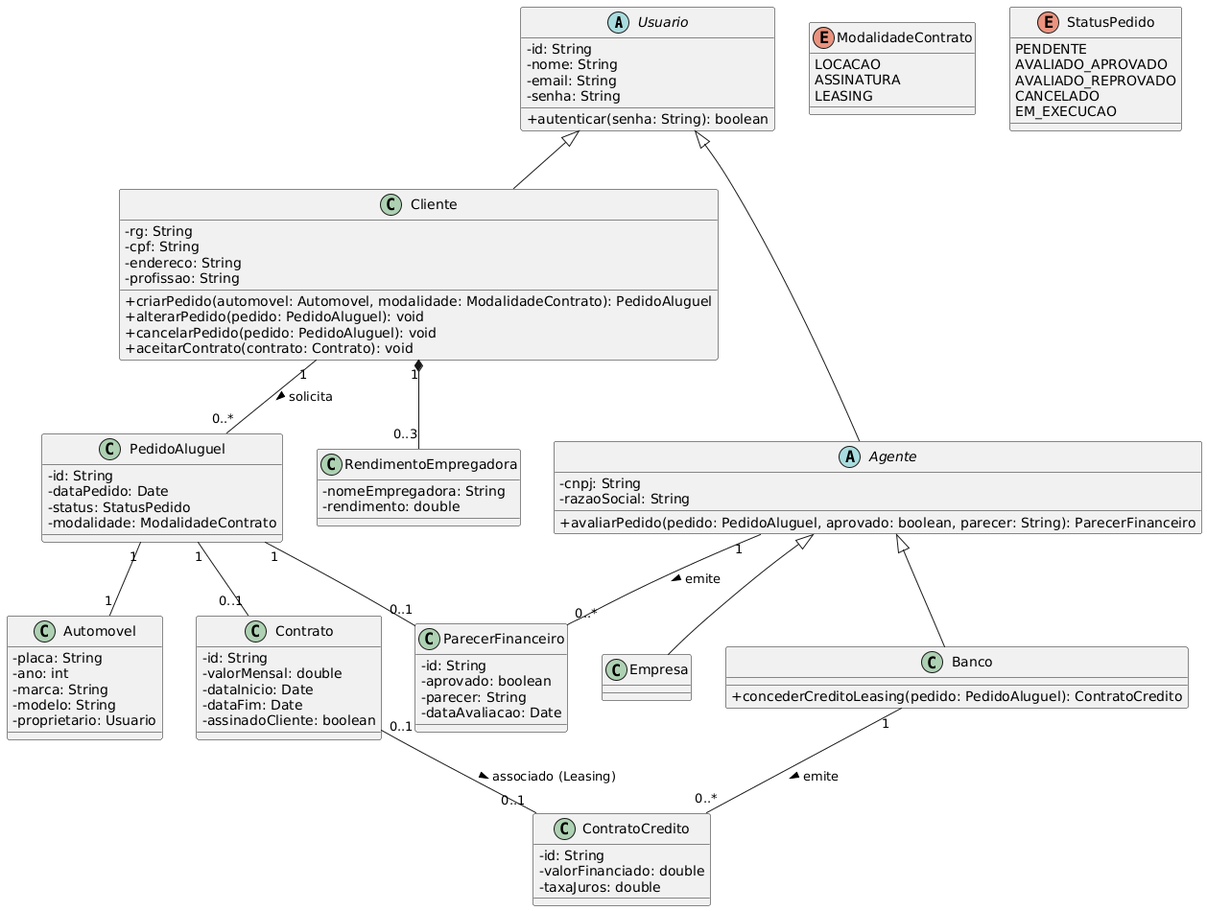
Before: docs/diagramas/diagrama-de-classes.png, a diagram exported from PlantUML (najarhenrique/lab02-sistema-de-aluguel-de-carros). Its diagram source:
```plantuml
@startuml
skinparam classAttributeIconSize 0

abstract class Usuario {
  - id: String
  - nome: String
  - email: String
  - senha: String
  + autenticar(senha: String): boolean
}

class Cliente {
  - rg: String
  - cpf: String
  - endereco: String
  - profissao: String
  + criarPedido(automovel: Automovel, modalidade: ModalidadeContrato): PedidoAluguel
  + alterarPedido(pedido: PedidoAluguel): void
  + cancelarPedido(pedido: PedidoAluguel): void
  + aceitarContrato(contrato: Contrato): void
}

class RendimentoEmpregadora {
  - nomeEmpregadora: String
  - rendimento: double
}

abstract class Agente {
  - cnpj: String
  - razaoSocial: String
  + avaliarPedido(pedido: PedidoAluguel, aprovado: boolean, parecer: String): ParecerFinanceiro
}

class Empresa {
}

class Banco {
  + concederCreditoLeasing(pedido: PedidoAluguel): ContratoCredito
}

class Automovel {
  - placa: String
  - ano: int
  - marca: String
  - modelo: String
  - proprietario: Usuario
}

enum ModalidadeContrato {
  LOCACAO
  ASSINATURA
  LEASING
}

enum StatusPedido {
  PENDENTE
  AVALIADO_APROVADO
  AVALIADO_REPROVADO
  CANCELADO
  EM_EXECUCAO
}

class PedidoAluguel {
  - id: String
  - dataPedido: Date
  - status: StatusPedido
  - modalidade: ModalidadeContrato
}

class ParecerFinanceiro {
  - id: String
  - aprovado: boolean
  - parecer: String
  - dataAvaliacao: Date
}

class Contrato {
  - id: String
  - valorMensal: double
  - dataInicio: Date
  - dataFim: Date
  - assinadoCliente: boolean
}

class ContratoCredito {
  - id: String
  - valorFinanciado: double
  - taxaJuros: double
}

Usuario <|-- Cliente
Usuario <|-- Agente
Agente <|-- Empresa
Agente <|-- Banco

Cliente "1" *-- "0..3" RendimentoEmpregadora
Cliente "1" -- "0..*" PedidoAluguel : solicita >
Agente "1" -- "0..*" ParecerFinanceiro : emite >

PedidoAluguel "1" -- "1" Automovel
PedidoAluguel "1" -- "0..1" ParecerFinanceiro
PedidoAluguel "1" -- "0..1" Contrato

Contrato "0..1" -- "0..1" ContratoCredito : associado (Leasing) >
Banco "1" -- "0..*" ContratoCredito : emite >

@endstartuml
```
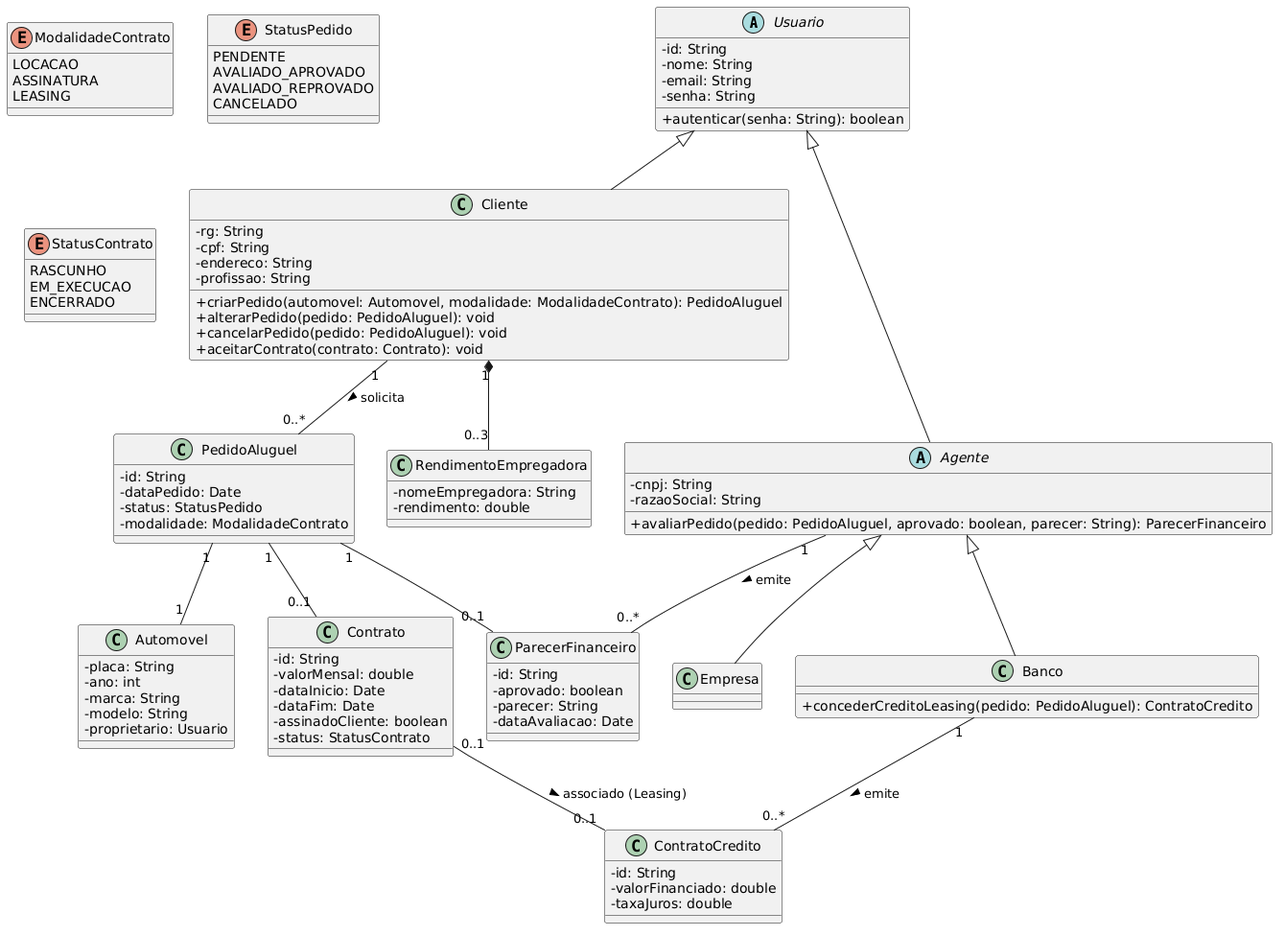
The same diagram one commit later.

Commit message:
docs: atualizar diagrama de classes com StatusContrato e regras de propriedade

Change to the diagram source:
```diff
@@ -57,7 +57,6 @@
   AVALIADO_APROVADO
   AVALIADO_REPROVADO
   CANCELADO
-  EM_EXECUCAO
 }
 
 class PedidoAluguel {
@@ -80,6 +79,7 @@
   - dataInicio: Date
   - dataFim: Date
   - assinadoCliente: boolean
+  - status: StatusContrato
 }
 
 class ContratoCredito {
@@ -104,4 +104,9 @@
 Contrato "0..1" -- "0..1" ContratoCredito : associado (Leasing) >
 Banco "1" -- "0..*" ContratoCredito : emite >
 
-@endstartuml
+enum StatusContrato {
+  RASCUNHO
+  EM_EXECUCAO
+  ENCERRADO
+}
+@enduml
```
